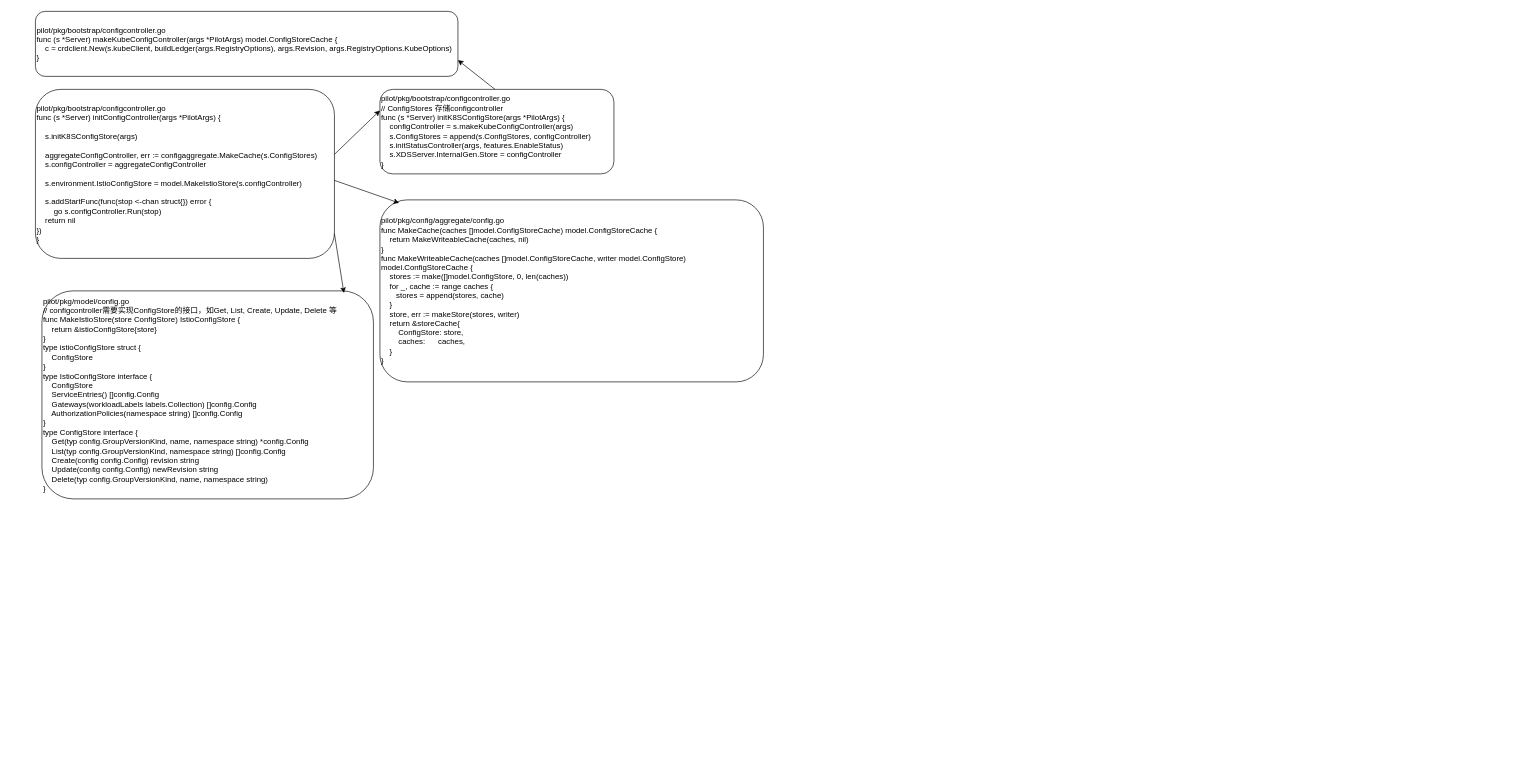
This is kubernetes/istio_pilot_config.drawio from bjqhfd/draw, a draw.io file, before an edit. Source tidied: cells renumbered, new cells numbered last; positions are measured from the earlier drawing's top-left corner, leaving out a move shared by most shapes. Both pictures are drawn from the tidied source at 65%, with x=0, y=0 at pixel (35, 11).
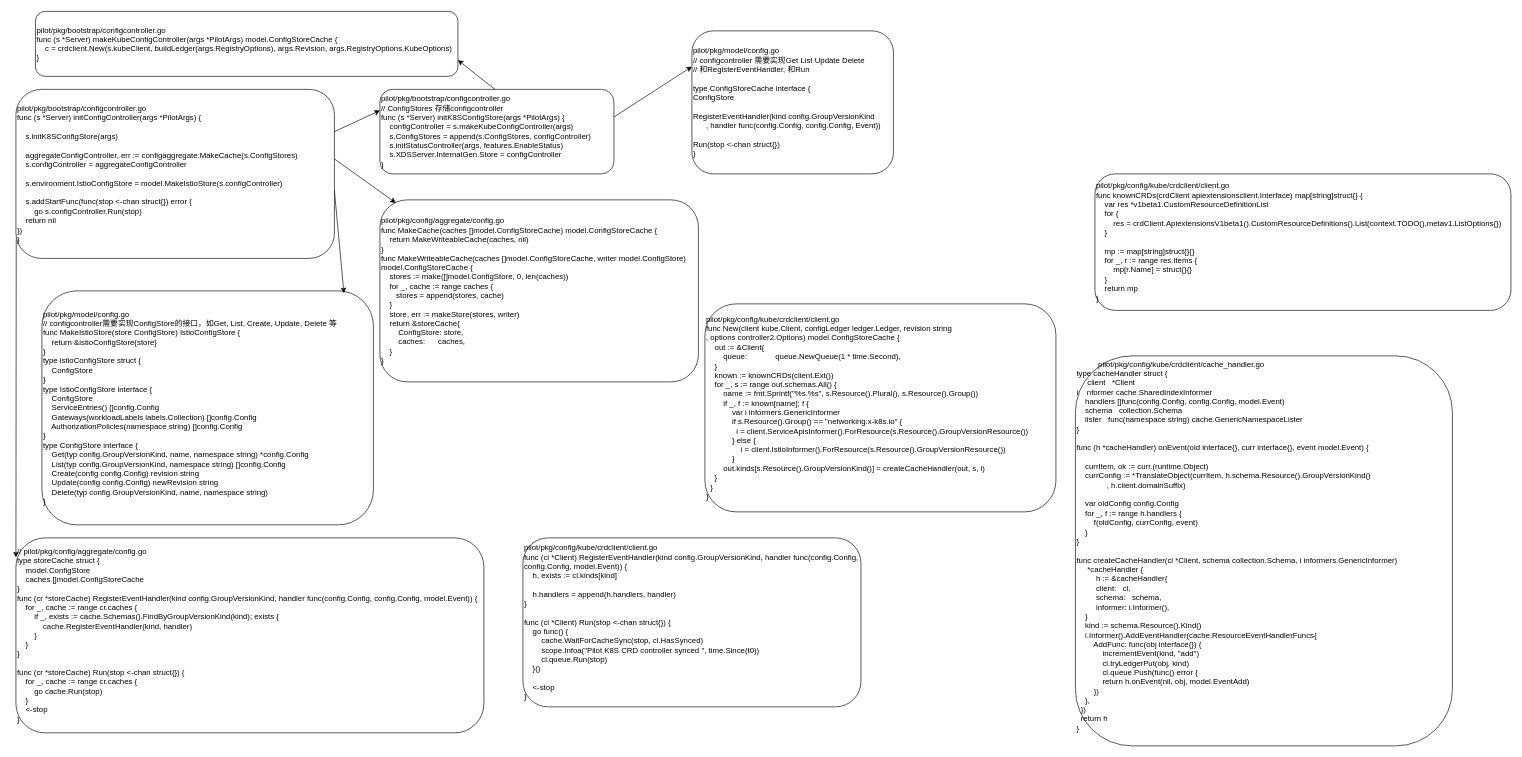
The same diagram, later.

The change refers to these unchanged cells:
```xml
<mxCell id="3" value="pilot/pkg/bootstrap/configcontroller.go&lt;br&gt;// ConfigStores 存储configcontroller&lt;br&gt;&lt;div&gt;func (s *Server) initK8SConfigStore(args *PilotArgs) {&lt;/div&gt;&lt;div&gt;&lt;span&gt;&lt;/span&gt;&amp;nbsp; &amp;nbsp; configController = s.makeKubeConfigController(args)&lt;/div&gt;&lt;div&gt;&lt;span&gt;&lt;/span&gt;&amp;nbsp; &amp;nbsp; s.ConfigStores = append(s.ConfigStores, configController)&lt;/div&gt;&lt;div&gt;&lt;span&gt;&lt;/span&gt;&amp;nbsp; &amp;nbsp; s.initStatusController(args, features.EnableStatus)&lt;/div&gt;&lt;div&gt;&lt;span&gt;&lt;/span&gt;&amp;nbsp; &amp;nbsp; s.XDSServer.InternalGen.Store = configController&lt;/div&gt;&lt;div&gt;}&lt;/div&gt;" style="rounded=1;whiteSpace=wrap;html=1;align=left;" parent="1" vertex="1">
  <mxGeometry x="530" y="120" width="360" height="130" as="geometry" />
</mxCell>
```

Change to the diagram source:
```diff
@@
     <mxCell id="2" value="&lt;div&gt;pilot/pkg/bootstrap/configcontroller.go&lt;/div&gt;&lt;div&gt;func (s *Server) initConfigController(args *PilotArgs) {&lt;/div&gt;&lt;div&gt;&lt;br&gt;&lt;/div&gt;&lt;div&gt;&amp;nbsp; &amp;nbsp; s.initK8SConfigStore(args)&lt;/div&gt;&lt;div&gt;&lt;br&gt;&lt;/div&gt;&lt;div&gt;&lt;span&gt;&lt;/span&gt;&amp;nbsp; &amp;nbsp; aggregateConfigController, err := configaggregate.MakeCache(s.ConfigStores)&lt;/div&gt;&lt;div&gt;&lt;span&gt;&lt;/span&gt;&amp;nbsp; &amp;nbsp; s.configController = aggregateConfigController&lt;/div&gt;&lt;div&gt;&lt;br&gt;&lt;/div&gt;&lt;div&gt;&lt;span&gt;&lt;/span&gt;&amp;nbsp; &amp;nbsp; s.environment.IstioConfigStore = model.MakeIstioStore(s.configController)&lt;/div&gt;&lt;div&gt;&lt;br&gt;&lt;/div&gt;&lt;div&gt;&lt;span&gt;&lt;/span&gt;&amp;nbsp; &amp;nbsp; s.addStartFunc(func(stop &amp;lt;-chan struct{}) error {&lt;/div&gt;&lt;div&gt;&lt;span&gt;&lt;/span&gt;&amp;nbsp; &amp;nbsp; &amp;nbsp; &amp;nbsp; go s.configController.Run(stop)&lt;/div&gt;&lt;div&gt;&lt;span&gt;&lt;/span&gt;&amp;nbsp; &amp;nbsp; return nil&lt;/div&gt;&lt;div&gt;&lt;span&gt; &lt;/span&gt;})&lt;/div&gt;&lt;div&gt;}&lt;/div&gt;" style="rounded=1;whiteSpace=wrap;html=1;align=left;" parent="1" vertex="1">
-      <mxGeometry y="120" width="460" height="260" as="geometry" />
+      <mxGeometry x="-30" y="120" width="490" height="260" as="geometry" />
     </mxCell>
@@
     <mxCell id="4" value="&lt;div&gt;pilot/pkg/config/aggregate/config.go&lt;/div&gt;&lt;div&gt;func MakeCache(caches []model.ConfigStoreCache) model.ConfigStoreCache {&lt;/div&gt;&lt;div&gt;&lt;span&gt;&lt;/span&gt;&amp;nbsp; &amp;nbsp; return MakeWriteableCache(caches, nil)&lt;/div&gt;&lt;div&gt;}&lt;/div&gt;&lt;div&gt;func MakeWriteableCache(caches []model.ConfigStoreCache, writer model.ConfigStore)&amp;nbsp;&lt;/div&gt;&lt;div&gt;model.ConfigStoreCache {&lt;/div&gt;&lt;div&gt;&lt;span&gt;&lt;/span&gt;&amp;nbsp; &amp;nbsp; stores := make([]model.ConfigStore, 0, len(caches))&lt;/div&gt;&lt;div&gt;&lt;span&gt;&lt;/span&gt;&amp;nbsp; &amp;nbsp; for _, cache := range caches {&lt;/div&gt;&lt;div&gt;&lt;span&gt;&lt;/span&gt;&amp;nbsp; &amp;nbsp; &amp;nbsp; &amp;nbsp;stores = append(stores, cache)&lt;/div&gt;&lt;div&gt;&lt;span&gt;&lt;/span&gt;&amp;nbsp; &amp;nbsp; }&lt;/div&gt;&lt;div&gt;&lt;span&gt;&lt;/span&gt;&amp;nbsp; &amp;nbsp; store, err := makeStore(stores, writer)&lt;/div&gt;&lt;div&gt;&lt;span&gt;&lt;/span&gt;&amp;nbsp; &amp;nbsp; return &amp;amp;storeCache{&lt;/div&gt;&lt;div&gt;&lt;span&gt;&lt;/span&gt;&amp;nbsp; &amp;nbsp; &amp;nbsp; &amp;nbsp; ConfigStore: store,&lt;/div&gt;&lt;div&gt;&lt;span&gt;&lt;/span&gt;&amp;nbsp; &amp;nbsp; &amp;nbsp; &amp;nbsp; caches:&amp;nbsp; &amp;nbsp; &amp;nbsp; caches,&lt;/div&gt;&lt;div&gt;&lt;span&gt;&lt;/span&gt;&amp;nbsp; &amp;nbsp; }&lt;/div&gt;&lt;div&gt;}&lt;/div&gt;" style="rounded=1;whiteSpace=wrap;html=1;align=left;" parent="1" vertex="1">
-      <mxGeometry x="530" y="290" width="590" height="280" as="geometry" />
+      <mxGeometry x="530" y="290" width="490" height="280" as="geometry" />
     </mxCell>
@@
-    <mxCell id="6" style="endArrow=classic;html=1;entryX=0;entryY=0.25;entryDx=0;entryDy=0;" parent="1" edge="1" target="3">
-      <mxGeometry relative="1" as="geometry">
-        <mxPoint x="460" y="220" as="sourcePoint" />
-      </mxGeometry>
+    <mxCell id="6" style="endArrow=classic;html=1;entryX=0;entryY=0.25;entryDx=0;entryDy=0;exitX=1;exitY=0.25;exitDx=0;exitDy=0;" parent="1" edge="1" source="2" target="3">
+      <mxGeometry relative="1" as="geometry" />
     </mxCell>
@@
     <mxCell id="8" style="endArrow=classic;html=1;entryX=0.05;entryY=0.017;entryDx=0;entryDy=0;entryPerimeter=0;" parent="1" edge="1" target="4">
       <mxGeometry relative="1" as="geometry">
-        <mxPoint x="460" y="260" as="sourcePoint" />
+        <mxPoint x="460" y="227" as="sourcePoint" />
       </mxGeometry>
     </mxCell>
     <mxCell id="9" value="pilot/pkg/model/config.go&lt;br&gt;// configcontroller需要实现ConfigStore的接口，如Get, List, Create, Update, Delete 等&lt;br&gt;&lt;div&gt;func MakeIstioStore(store ConfigStore) IstioConfigStore {&lt;/div&gt;&lt;div&gt;&lt;span&gt;&lt;/span&gt;&amp;nbsp; &amp;nbsp; return &amp;amp;istioConfigStore{store}&lt;/div&gt;&lt;div&gt;}&lt;/div&gt;&lt;div&gt;type istioConfigStore struct {&lt;/div&gt;&lt;div&gt;&lt;span&gt;&lt;/span&gt;&amp;nbsp; &amp;nbsp; ConfigStore&lt;/div&gt;&lt;div&gt;}&lt;/div&gt;&lt;div&gt;type IstioConfigStore interface {&lt;/div&gt;&lt;div&gt;&lt;span&gt;&lt;/span&gt;&amp;nbsp; &amp;nbsp; ConfigStore&lt;/div&gt;&lt;div&gt;&lt;span&gt;&lt;/span&gt;&amp;nbsp; &amp;nbsp; ServiceEntries() []config.Config&lt;/div&gt;&lt;div&gt;&lt;span&gt;&lt;/span&gt;&amp;nbsp; &amp;nbsp; Gateways(workloadLabels labels.Collection) []config.Config&lt;/div&gt;&lt;div&gt;&lt;span&gt;&lt;/span&gt;&amp;nbsp; &amp;nbsp; AuthorizationPolicies(namespace string) []config.Config&lt;/div&gt;&lt;div&gt;}&lt;/div&gt;&lt;div&gt;type ConfigStore interface {&lt;/div&gt;&lt;div&gt;&lt;span&gt;&lt;/span&gt;&amp;nbsp; &amp;nbsp; Get(typ config.GroupVersionKind, name, namespace string) *config.Config&lt;/div&gt;&lt;div&gt;&lt;span&gt;&lt;/span&gt;&amp;nbsp; &amp;nbsp; List(typ config.GroupVersionKind, namespace string) []config.Config&lt;/div&gt;&lt;div&gt;&lt;span&gt;&lt;/span&gt;&amp;nbsp; &amp;nbsp; Create(config config.Config) revision string&lt;/div&gt;&lt;div&gt;&lt;span&gt;&lt;/span&gt;&amp;nbsp; &amp;nbsp; Update(config config.Config) newRevision string&lt;/div&gt;&lt;div&gt;&lt;span&gt;&lt;/span&gt;&amp;nbsp; &amp;nbsp; Delete(typ config.GroupVersionKind, name, namespace string)&lt;/div&gt;&lt;div&gt;}&lt;/div&gt;" style="rounded=1;whiteSpace=wrap;html=1;align=left;" parent="1" vertex="1">
-      <mxGeometry x="10" y="430" width="510" height="320" as="geometry" />
+      <mxGeometry x="10" y="430" width="510" height="360" as="geometry" />
     </mxCell>
-    <mxCell id="10" style="endArrow=classic;html=1;entryX=0.911;entryY=0.01;entryDx=0;entryDy=0;entryPerimeter=0;" parent="1" edge="1" target="9">
-      <mxGeometry relative="1" as="geometry">
-        <mxPoint x="460" y="342" as="sourcePoint" />
-      </mxGeometry>
+    <mxCell id="10" style="endArrow=classic;html=1;entryX=0.911;entryY=0.01;entryDx=0;entryDy=0;entryPerimeter=0;exitX=1;exitY=0.6;exitDx=0;exitDy=0;exitPerimeter=0;" parent="1" edge="1" source="2" target="9">
+      <mxGeometry relative="1" as="geometry" />
     </mxCell>
+    <mxCell id="11" value="&lt;div&gt;pilot/pkg/model/config.go&lt;/div&gt;&lt;div&gt;// configcontroller 需要实现Get List Update Delete&lt;/div&gt;&lt;div&gt;// 和RegisterEventHandler, 和Run&lt;/div&gt;&lt;div&gt;&lt;br&gt;&lt;/div&gt;&lt;div&gt;type ConfigStoreCache interface {&lt;/div&gt;&lt;div&gt;&lt;span&gt; &lt;/span&gt;ConfigStore&lt;/div&gt;&lt;div&gt;&lt;br&gt;&lt;/div&gt;&lt;div&gt;&lt;span&gt; &lt;/span&gt;RegisterEventHandler(kind config.GroupVersionKind&lt;/div&gt;&lt;div&gt;&lt;span&gt; &lt;/span&gt;&amp;nbsp; &amp;nbsp; &amp;nbsp; , handler func(config.Config, config.Config, Event))&lt;/div&gt;&lt;div&gt;&lt;br&gt;&lt;/div&gt;&lt;div&gt;&lt;span&gt; &lt;/span&gt;Run(stop &amp;lt;-chan struct{})&lt;/div&gt;&lt;div&gt;}&lt;/div&gt;" style="rounded=1;whiteSpace=wrap;html=1;align=left;" parent="1" vertex="1">
+      <mxGeometry x="1010" y="30" width="310" height="220" as="geometry" />
+    </mxCell>
+    <mxCell id="12" style="endArrow=classic;html=1;entryX=0;entryY=0.25;entryDx=0;entryDy=0;exitX=1;exitY=0.25;exitDx=0;exitDy=0;" parent="1" edge="1" target="11">
+      <mxGeometry relative="1" as="geometry">
+        <mxPoint x="890" y="162.5" as="sourcePoint" />
+      </mxGeometry>
+    </mxCell>
+    <mxCell id="13" value="&lt;div&gt;// pilot/pkg/config/aggregate/config.go&lt;/div&gt;&lt;div&gt;&lt;div&gt;type storeCache struct {&lt;/div&gt;&lt;div&gt;&lt;span&gt;&lt;/span&gt;&amp;nbsp; &amp;nbsp; model.ConfigStore&lt;/div&gt;&lt;div&gt;&lt;span&gt;&lt;/span&gt;&amp;nbsp; &amp;nbsp; caches []model.ConfigStoreCache&lt;/div&gt;&lt;div&gt;}&lt;/div&gt;&lt;/div&gt;&lt;div&gt;func (cr *storeCache) RegisterEventHandler(kind config.GroupVersionKind, handler func(config.Config, config.Config, model.Event)) {&lt;/div&gt;&lt;div&gt;&lt;span&gt;&lt;/span&gt;&amp;nbsp; &amp;nbsp; for _, cache := range cr.caches {&lt;/div&gt;&lt;div&gt;&lt;span&gt;&lt;/span&gt;&amp;nbsp; &amp;nbsp; &amp;nbsp; &amp;nbsp; if _, exists := cache.Schemas().FindByGroupVersionKind(kind); exists {&lt;/div&gt;&lt;div&gt;&lt;span&gt;&lt;/span&gt;&amp;nbsp; &amp;nbsp; &amp;nbsp; &amp;nbsp; &amp;nbsp; &amp;nbsp; cache.RegisterEventHandler(kind, handler)&lt;/div&gt;&lt;div&gt;&lt;span&gt;&lt;/span&gt;&amp;nbsp; &amp;nbsp; &amp;nbsp; &amp;nbsp; }&lt;/div&gt;&lt;div&gt;&lt;span&gt;&lt;/span&gt;&amp;nbsp; &amp;nbsp; }&lt;/div&gt;&lt;div&gt;}&lt;/div&gt;&lt;div&gt;&lt;br&gt;&lt;/div&gt;&lt;div&gt;func (cr *storeCache) Run(stop &amp;lt;-chan struct{}) {&lt;/div&gt;&lt;div&gt;&lt;span&gt;&lt;/span&gt;&amp;nbsp; &amp;nbsp; for _, cache := range cr.caches {&lt;/div&gt;&lt;div&gt;&lt;span&gt;&lt;/span&gt;&amp;nbsp; &amp;nbsp; &amp;nbsp; &amp;nbsp; go cache.Run(stop)&lt;/div&gt;&lt;div&gt;&lt;span&gt;&lt;/span&gt;&amp;nbsp; &amp;nbsp; }&lt;/div&gt;&lt;div&gt;&lt;span&gt;&lt;/span&gt;&amp;nbsp; &amp;nbsp; &amp;lt;-stop&lt;/div&gt;&lt;div&gt;}&lt;/div&gt;" style="rounded=1;whiteSpace=wrap;html=1;align=left;" parent="1" vertex="1">
+      <mxGeometry x="-30" y="810" width="720" height="300" as="geometry" />
+    </mxCell>
+    <mxCell id="14" style="endArrow=classic;html=1;entryX=0;entryY=0.1;entryDx=0;entryDy=0;entryPerimeter=0;exitX=0.001;exitY=0.887;exitDx=0;exitDy=0;exitPerimeter=0;" parent="1" edge="1" source="2" target="13">
+      <mxGeometry relative="1" as="geometry" />
+    </mxCell>
+    <mxCell id="15" value="&lt;div&gt;pilot/pkg/config/kube/crdclient/client.go&lt;/div&gt;&lt;div&gt;func (cl *Client) RegisterEventHandler(kind config.GroupVersionKind, handler func(config.Config, config.Config, model.Event)) {&lt;/div&gt;&lt;div&gt;&lt;span&gt;&lt;/span&gt;&amp;nbsp; &amp;nbsp; h, exists := cl.kinds[kind]&lt;/div&gt;&lt;div&gt;&lt;br&gt;&lt;/div&gt;&lt;div&gt;&lt;span&gt;&lt;/span&gt;&amp;nbsp; &amp;nbsp; h.handlers = append(h.handlers, handler)&lt;/div&gt;&lt;div&gt;}&lt;/div&gt;&lt;div&gt;&lt;br&gt;&lt;/div&gt;&lt;div&gt;func (cl *Client) Run(stop &amp;lt;-chan struct{}) {&lt;/div&gt;&lt;div&gt;&lt;span&gt;&lt;/span&gt;&amp;nbsp; &amp;nbsp; go func() {&lt;/div&gt;&lt;div&gt;&lt;span&gt;&lt;/span&gt;&amp;nbsp; &amp;nbsp; &amp;nbsp; &amp;nbsp; cache.WaitForCacheSync(stop, cl.HasSynced)&lt;/div&gt;&lt;div&gt;&lt;span&gt;&lt;/span&gt;&amp;nbsp; &amp;nbsp; &amp;nbsp; &amp;nbsp; scope.Infoa(&quot;Pilot K8S CRD controller synced &quot;, time.Since(t0))&lt;/div&gt;&lt;div&gt;&lt;span&gt;&lt;/span&gt;&amp;nbsp; &amp;nbsp; &amp;nbsp; &amp;nbsp; cl.queue.Run(stop)&lt;/div&gt;&lt;div&gt;&lt;span&gt;&lt;/span&gt;&amp;nbsp; &amp;nbsp; }()&lt;/div&gt;&lt;div&gt;&lt;br&gt;&lt;/div&gt;&lt;div&gt;&lt;span&gt;&lt;/span&gt;&amp;nbsp; &amp;nbsp; &amp;lt;-stop&lt;/div&gt;&lt;div&gt;}&lt;/div&gt;" style="rounded=1;whiteSpace=wrap;html=1;align=left;" parent="1" vertex="1">
+      <mxGeometry x="750" y="810" width="520" height="260" as="geometry" />
+    </mxCell>
+    <mxCell id="16" value="&lt;div&gt;pilot/pkg/config/kube/crdclient/client.go&lt;/div&gt;&lt;div&gt;func New(client kube.Client, configLedger ledger.Ledger, revision string&lt;/div&gt;&lt;div&gt;, options controller2.Options) model.ConfigStoreCache {&lt;/div&gt;&lt;div&gt;&lt;span&gt;&lt;/span&gt;&amp;nbsp; &amp;nbsp; out := &amp;amp;Client{&lt;/div&gt;&lt;div&gt;&lt;span&gt;&lt;/span&gt;&amp;nbsp; &amp;nbsp; &amp;nbsp; &amp;nbsp; queue:&amp;nbsp; &amp;nbsp; &amp;nbsp; &amp;nbsp; &amp;nbsp; &amp;nbsp; &amp;nbsp;queue.NewQueue(1 * time.Second),&lt;/div&gt;&lt;div&gt;&lt;span&gt;&lt;/span&gt;&amp;nbsp; &amp;nbsp; }&lt;/div&gt;&lt;div&gt;&lt;span&gt;&lt;/span&gt;&amp;nbsp; &amp;nbsp; known := knownCRDs(client.Ext())&lt;/div&gt;&lt;div&gt;&lt;span&gt;&lt;/span&gt;&amp;nbsp; &amp;nbsp; for _, s := range out.schemas.All() {&lt;/div&gt;&lt;div&gt;&lt;span&gt;&lt;/span&gt;&amp;nbsp; &amp;nbsp; &amp;nbsp; &amp;nbsp; name := fmt.Sprintf(&quot;%s.%s&quot;, s.Resource().Plural(), s.Resource().Group())&lt;/div&gt;&lt;div&gt;&lt;span&gt;&lt;/span&gt;&amp;nbsp; &amp;nbsp; &amp;nbsp; &amp;nbsp; if _, f := known[name]; f {&lt;/div&gt;&lt;div&gt;&lt;span&gt;&lt;/span&gt;&amp;nbsp; &amp;nbsp; &amp;nbsp; &amp;nbsp; &amp;nbsp; &amp;nbsp; var i informers.GenericInformer&lt;/div&gt;&lt;div&gt;&lt;span&gt;&lt;/span&gt;&amp;nbsp; &amp;nbsp; &amp;nbsp; &amp;nbsp; &amp;nbsp; &amp;nbsp; if s.Resource().Group() == &quot;networking.x-k8s.io&quot; {&lt;/div&gt;&lt;div&gt;&lt;span&gt;&lt;/span&gt;&amp;nbsp; &amp;nbsp; &amp;nbsp; &amp;nbsp; &amp;nbsp; &amp;nbsp; &amp;nbsp; i = client.ServiceApisInformer().ForResource(s.Resource().GroupVersionResource())&lt;/div&gt;&lt;div&gt;&lt;span&gt;&lt;/span&gt;&amp;nbsp; &amp;nbsp; &amp;nbsp; &amp;nbsp; &amp;nbsp; &amp;nbsp; } else {&lt;/div&gt;&lt;div&gt;&lt;span&gt;&lt;/span&gt;&amp;nbsp; &amp;nbsp; &amp;nbsp; &amp;nbsp; &amp;nbsp; &amp;nbsp; &amp;nbsp; &amp;nbsp; i = client.IstioInformer().ForResource(s.Resource().GroupVersionResource())&lt;/div&gt;&lt;div&gt;&lt;span&gt;&lt;/span&gt;&amp;nbsp; &amp;nbsp; &amp;nbsp; &amp;nbsp; &amp;nbsp; &amp;nbsp; }&lt;/div&gt;&lt;div&gt;&lt;span&gt;&lt;/span&gt;&amp;nbsp; &amp;nbsp; &amp;nbsp; &amp;nbsp; out.kinds[s.Resource().GroupVersionKind()] = createCacheHandler(out, s, i)&lt;/div&gt;&lt;div&gt;&lt;span&gt;&lt;/span&gt;&amp;nbsp; &amp;nbsp; }&lt;/div&gt;&lt;div&gt;&lt;span&gt;&lt;/span&gt;&amp;nbsp; }&lt;/div&gt;&lt;div&gt;}&lt;/div&gt;" style="rounded=1;whiteSpace=wrap;html=1;align=left;" parent="1" vertex="1">
+      <mxGeometry x="1030" y="450" width="540" height="320" as="geometry" />
+    </mxCell>
+    <mxCell id="17" value="&lt;div&gt;pilot/pkg/config/kube/crdclient/client.go&lt;/div&gt;&lt;div&gt;func knownCRDs(crdClient apiextensionsclient.Interface) map[string]struct{} {&lt;/div&gt;&lt;div&gt;&lt;span&gt;&lt;/span&gt;&amp;nbsp; &amp;nbsp; var res *v1beta1.CustomResourceDefinitionList&lt;/div&gt;&lt;div&gt;&lt;span&gt;&lt;/span&gt;&amp;nbsp; &amp;nbsp; for {&lt;/div&gt;&lt;div&gt;&lt;span&gt;&lt;/span&gt;&amp;nbsp; &amp;nbsp; &amp;nbsp; &amp;nbsp; res = crdClient.ApiextensionsV1beta1().CustomResourceDefinitions().List(context.TODO(),metav1.ListOptions{})&lt;/div&gt;&lt;div&gt;&lt;span&gt;&lt;/span&gt;&amp;nbsp; &amp;nbsp; }&lt;/div&gt;&lt;div&gt;&lt;br&gt;&lt;/div&gt;&lt;div&gt;&lt;span&gt;&lt;/span&gt;&amp;nbsp; &amp;nbsp; mp := map[string]struct{}{}&lt;/div&gt;&lt;div&gt;&lt;span&gt;&lt;/span&gt;&amp;nbsp; &amp;nbsp; for _, r := range res.Items {&lt;/div&gt;&lt;div&gt;&lt;span&gt;&lt;/span&gt;&amp;nbsp; &amp;nbsp; &amp;nbsp; &amp;nbsp; mp[r.Name] = struct{}{}&lt;/div&gt;&lt;div&gt;&lt;span&gt;&lt;/span&gt;&amp;nbsp; &amp;nbsp; }&lt;/div&gt;&lt;div&gt;&lt;span&gt;&lt;/span&gt;&amp;nbsp; &amp;nbsp; return mp&lt;/div&gt;&lt;div&gt;}&lt;/div&gt;" style="rounded=1;whiteSpace=wrap;html=1;align=left;" parent="1" vertex="1">
+      <mxGeometry x="1630" y="250" width="640" height="210" as="geometry" />
+    </mxCell>
+    <mxCell id="18" value="&lt;div&gt;&amp;nbsp; &amp;nbsp; &amp;nbsp; &amp;nbsp; &amp;nbsp; pilot/pkg/config/kube/crdclient/cache_handler.go&lt;/div&gt;&lt;div&gt;type cacheHandler struct {&lt;/div&gt;&lt;div&gt;&lt;span&gt;&lt;/span&gt;&amp;nbsp; &amp;nbsp; &amp;nbsp;client&amp;nbsp; &amp;nbsp;*Client&lt;/div&gt;&lt;div&gt;&lt;span&gt; &lt;/span&gt;i&amp;nbsp; &amp;nbsp; nformer cache.SharedIndexInformer&lt;/div&gt;&lt;div&gt;&lt;span&gt;&lt;/span&gt;&amp;nbsp; &amp;nbsp; handlers []func(config.Config, config.Config, model.Event)&lt;/div&gt;&lt;div&gt;&lt;span&gt;&lt;/span&gt;&amp;nbsp; &amp;nbsp; schema&amp;nbsp; &amp;nbsp;collection.Schema&lt;/div&gt;&lt;div&gt;&lt;span&gt;&lt;/span&gt;&amp;nbsp; &amp;nbsp; lister&amp;nbsp; &amp;nbsp;func(namespace string) cache.GenericNamespaceLister&lt;/div&gt;&lt;div&gt;}&lt;/div&gt;&lt;div&gt;&lt;br&gt;&lt;/div&gt;&lt;div&gt;func (h *cacheHandler) onEvent(old interface{}, curr interface{}, event model.Event) {&lt;/div&gt;&lt;div&gt;&lt;br&gt;&lt;/div&gt;&lt;div&gt;&lt;span&gt;&lt;/span&gt;&amp;nbsp; &amp;nbsp; currItem, ok := curr.(runtime.Object)&lt;/div&gt;&lt;div&gt;&lt;span&gt;&lt;/span&gt;&amp;nbsp; &amp;nbsp; currConfig := *TranslateObject(currItem, h.schema.Resource().GroupVersionKind()&lt;/div&gt;&lt;div&gt;&lt;span&gt; &lt;/span&gt;&amp;nbsp; &amp;nbsp; &amp;nbsp; &amp;nbsp; &amp;nbsp; &amp;nbsp; &amp;nbsp; , h.client.domainSuffix)&lt;/div&gt;&lt;div&gt;&lt;br&gt;&lt;/div&gt;&lt;div&gt;&lt;span&gt;&lt;/span&gt;&amp;nbsp; &amp;nbsp; var oldConfig config.Config&lt;/div&gt;&lt;div&gt;&lt;span&gt;&lt;/span&gt;&amp;nbsp; &amp;nbsp; for _, f := range h.handlers {&lt;/div&gt;&lt;div&gt;&lt;span&gt;&lt;/span&gt;&amp;nbsp; &amp;nbsp; &amp;nbsp; &amp;nbsp; f(oldConfig, currConfig, event)&lt;/div&gt;&lt;div&gt;&lt;span&gt;&lt;/span&gt;&amp;nbsp; &amp;nbsp; }&lt;/div&gt;&lt;div&gt;}&lt;/div&gt;&lt;div&gt;&lt;br&gt;&lt;/div&gt;&lt;div&gt;func createCacheHandler(cl *Client, schema collection.Schema, i informers.GenericInformer)&lt;/div&gt;&lt;div&gt;&amp;nbsp; &amp;nbsp; &amp;nbsp;*cacheHandler {&lt;/div&gt;&lt;div&gt;&lt;span&gt;&lt;/span&gt;&amp;nbsp; &amp;nbsp; &amp;nbsp; &amp;nbsp; &amp;nbsp;h := &amp;amp;cacheHandler{&lt;/div&gt;&lt;div&gt;&lt;span&gt;&lt;/span&gt;&amp;nbsp; &amp;nbsp; &amp;nbsp; &amp;nbsp; &amp;nbsp;client:&amp;nbsp; &amp;nbsp;cl,&lt;/div&gt;&lt;div&gt;&lt;span&gt;&lt;/span&gt;&amp;nbsp; &amp;nbsp; &amp;nbsp; &amp;nbsp; &amp;nbsp;schema:&amp;nbsp; &amp;nbsp;schema,&lt;/div&gt;&lt;div&gt;&lt;span&gt;&lt;/span&gt;&amp;nbsp; &amp;nbsp; &amp;nbsp; &amp;nbsp; &amp;nbsp;informer: i.Informer(),&lt;/div&gt;&lt;div&gt;&lt;span&gt;&lt;/span&gt;&amp;nbsp; &amp;nbsp; }&lt;/div&gt;&lt;div&gt;&lt;span&gt;&lt;/span&gt;&amp;nbsp; &amp;nbsp; kind := schema.Resource().Kind()&lt;/div&gt;&lt;div&gt;&lt;span&gt;&lt;/span&gt;&amp;nbsp; &amp;nbsp; i.Informer().AddEventHandler(cache.ResourceEventHandlerFuncs{&lt;/div&gt;&lt;div&gt;&lt;span&gt;&lt;/span&gt;&amp;nbsp; &amp;nbsp; &amp;nbsp; &amp;nbsp; AddFunc: func(obj interface{}) {&lt;/div&gt;&lt;div&gt;&lt;span&gt;&lt;/span&gt;&amp;nbsp; &amp;nbsp; &amp;nbsp; &amp;nbsp; &amp;nbsp; &amp;nbsp; incrementEvent(kind, &quot;add&quot;)&lt;/div&gt;&lt;div&gt;&lt;span&gt;&lt;/span&gt;&amp;nbsp; &amp;nbsp; &amp;nbsp; &amp;nbsp; &amp;nbsp; &amp;nbsp; cl.tryLedgerPut(obj, kind)&lt;/div&gt;&lt;div&gt;&lt;span&gt;&lt;/span&gt;&amp;nbsp; &amp;nbsp; &amp;nbsp; &amp;nbsp; &amp;nbsp; &amp;nbsp; cl.queue.Push(func() error {&lt;/div&gt;&lt;div&gt;&lt;span&gt;&lt;/span&gt;&amp;nbsp; &amp;nbsp; &amp;nbsp; &amp;nbsp; &amp;nbsp; &amp;nbsp; return h.onEvent(nil, obj, model.EventAdd)&lt;/div&gt;&lt;div&gt;&lt;span&gt;&lt;/span&gt;&amp;nbsp; &amp;nbsp; &amp;nbsp; &amp;nbsp; })&lt;/div&gt;&lt;div&gt;&lt;span&gt;&lt;/span&gt;&amp;nbsp; &amp;nbsp; },&lt;/div&gt;&lt;div&gt;&lt;span&gt;&lt;/span&gt;&amp;nbsp; })&lt;/div&gt;&lt;div&gt;&lt;span&gt;&lt;/span&gt;&amp;nbsp; return h&lt;/div&gt;&lt;div&gt;}&lt;/div&gt;&lt;div&gt;&lt;br&gt;&lt;/div&gt;" style="rounded=1;whiteSpace=wrap;html=1;align=left;" parent="1" vertex="1">
+      <mxGeometry x="1600" y="530" width="580" height="600" as="geometry" />
+    </mxCell>
```
